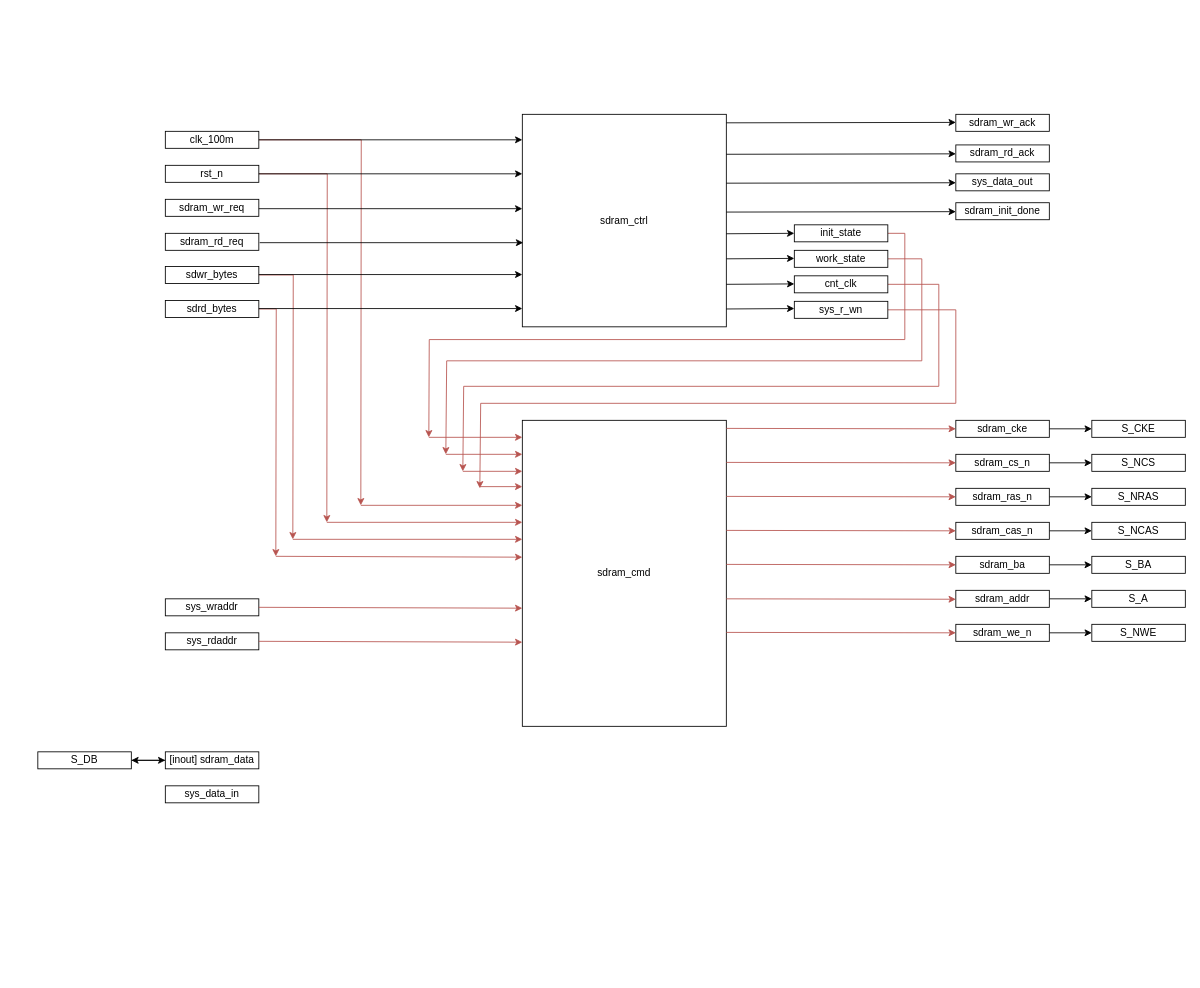
Above: hardware/sdram_ctrl.drawio in Manistein/let-us-build-a-computer-system (draw.io), before the change. Source tidied: cells renumbered, new cells numbered last; positions are measured from the earlier drawing's top-left corner, leaving out a move shared by most shapes. Both pictures are drawn from the tidied source at 85%, with x=0, y=0 at pixel (37, 114).
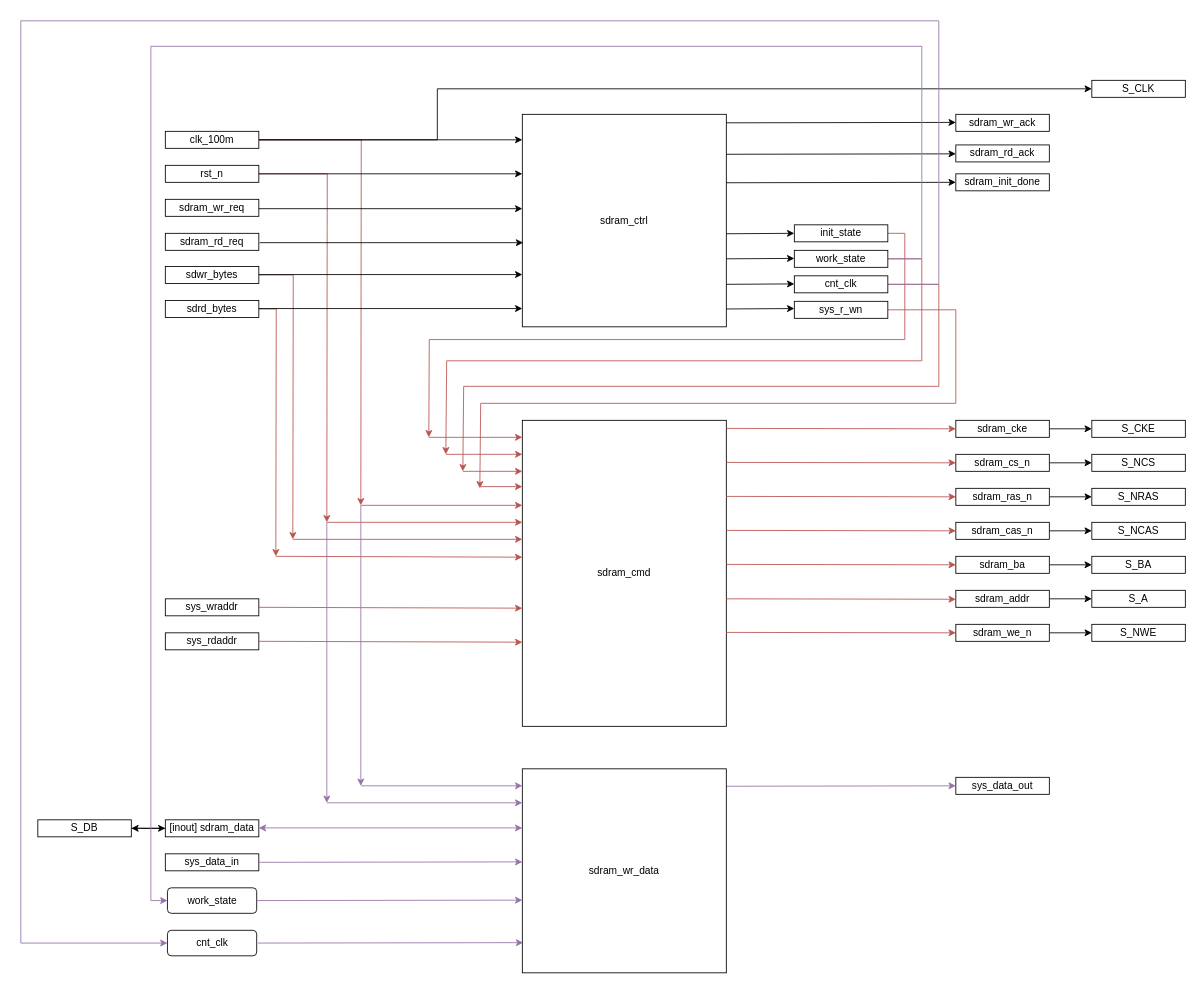
Above is the later version.

The change refers to these unchanged cells:
```xml
<mxCell id="4" value="clk_100m" style="rounded=0;whiteSpace=wrap;html=1;" parent="1" vertex="1">
  <mxGeometry x="150" y="20" width="110" height="20" as="geometry" />
</mxCell>
<mxCell id="59" value="work_state" style="rounded=0;whiteSpace=wrap;html=1;" parent="1" vertex="1">
  <mxGeometry x="890" y="160" width="110" height="20" as="geometry" />
</mxCell>
<mxCell id="61" value="cnt_clk" style="rounded=0;whiteSpace=wrap;html=1;" parent="1" vertex="1">
  <mxGeometry x="890" y="190" width="110" height="20" as="geometry" />
</mxCell>
```

What changed in the source:
```diff
@@
+    <mxCell id="85" style="edgeStyle=orthogonalEdgeStyle;rounded=0;jettySize=auto;html=1;exitX=1;exitY=0.5;exitDx=0;exitDy=0;entryX=0;entryY=0.5;entryDx=0;entryDy=0;" parent="1" edge="1" source="4" target="88">
+      <mxGeometry relative="1" as="geometry">
+        <Array as="points">
+          <mxPoint x="470" y="30" />
+          <mxPoint x="470" y="-30" />
+        </Array>
+      </mxGeometry>
+    </mxCell>
@@
     <mxCell id="16" value="[inout] sdram_data" style="rounded=0;whiteSpace=wrap;html=1;" parent="1" vertex="1">
-      <mxGeometry x="150" y="750" width="110" height="20" as="geometry" />
+      <mxGeometry x="150" y="830" width="110" height="20" as="geometry" />
     </mxCell>
@@
     <mxCell id="19" value="sys_data_out" style="rounded=0;whiteSpace=wrap;html=1;" parent="1" vertex="1">
-      <mxGeometry x="1080" y="70" width="110" height="20" as="geometry" />
+      <mxGeometry x="1080" y="780" width="110" height="20" as="geometry" />
     </mxCell>
     <mxCell id="20" value="sdram_init_done" style="rounded=0;whiteSpace=wrap;html=1;" parent="1" vertex="1">
-      <mxGeometry x="1080" y="104" width="110" height="20" as="geometry" />
+      <mxGeometry x="1080" y="70" width="110" height="20" as="geometry" />
     </mxCell>
@@
     <mxCell id="33" value="sys_data_in" style="rounded=0;whiteSpace=wrap;html=1;" parent="1" vertex="1">
-      <mxGeometry x="150" y="790" width="110" height="20" as="geometry" />
+      <mxGeometry x="150" y="870" width="110" height="20" as="geometry" />
     </mxCell>
@@
-    <mxCell id="42" style="endArrow=classic;html=1;rounded=0;" parent="1" edge="1">
+    <mxCell id="42" style="endArrow=classic;html=1;rounded=0;fillColor=#e1d5e7;strokeColor=#9673a6;" parent="1" edge="1">
       <mxGeometry relative="1" as="geometry">
-        <mxPoint x="810" y="81" as="sourcePoint" />
-        <mxPoint x="1080" y="80.5" as="targetPoint" />
+        <mxPoint x="810" y="790.5" as="sourcePoint" />
+        <mxPoint x="1080" y="790" as="targetPoint" />
       </mxGeometry>
     </mxCell>
     <mxCell id="43" style="endArrow=classic;html=1;rounded=0;" parent="1" edge="1">
       <mxGeometry relative="1" as="geometry">
-        <mxPoint x="810" y="115" as="sourcePoint" />
-        <mxPoint x="1080" y="114.5" as="targetPoint" />
+        <mxPoint x="810" y="80.5" as="sourcePoint" />
+        <mxPoint x="1080" y="80" as="targetPoint" />
       </mxGeometry>
     </mxCell>
@@
     <mxCell id="49" value="S_DB" style="rounded=0;whiteSpace=wrap;html=1;" parent="1" vertex="1">
-      <mxGeometry y="750" width="110" height="20" as="geometry" />
+      <mxGeometry y="830" width="110" height="20" as="geometry" />
     </mxCell>
@@
+    <mxCell id="86" style="edgeStyle=orthogonalEdgeStyle;rounded=0;jettySize=auto;html=1;exitX=1;exitY=0.5;exitDx=0;exitDy=0;entryX=0;entryY=0.5;entryDx=0;entryDy=0;fillColor=#e1d5e7;strokeColor=#9673a6;" parent="1" edge="1" source="59" target="96">
+      <mxGeometry relative="1" as="geometry">
+        <Array as="points">
+          <mxPoint x="1040" y="170" />
+          <mxPoint x="1040" y="-80" />
+          <mxPoint x="133" y="-80" />
+          <mxPoint x="133" y="925" />
+        </Array>
+      </mxGeometry>
+    </mxCell>
@@
+    <mxCell id="87" style="edgeStyle=orthogonalEdgeStyle;rounded=0;jettySize=auto;html=1;exitX=1;exitY=0.5;exitDx=0;exitDy=0;entryX=0;entryY=0.5;entryDx=0;entryDy=0;fillColor=#e1d5e7;strokeColor=#9673a6;" parent="1" edge="1" source="61" target="97">
+      <mxGeometry relative="1" as="geometry">
+        <Array as="points">
+          <mxPoint x="1060" y="200" />
+          <mxPoint x="1060" y="-110" />
+          <mxPoint x="-20" y="-110" />
+          <mxPoint x="-20" y="975" />
+        </Array>
+      </mxGeometry>
+    </mxCell>
@@
+    <mxCell id="88" value="S_CLK" style="rounded=0;whiteSpace=wrap;html=1;" parent="1" vertex="1">
+      <mxGeometry x="1240" y="-40" width="110" height="20" as="geometry" />
+    </mxCell>
+    <mxCell id="89" value="sdram_wr_data" style="rounded=0;whiteSpace=wrap;html=1;" parent="1" vertex="1">
+      <mxGeometry x="570" y="770" width="240" height="240" as="geometry" />
+    </mxCell>
+    <mxCell id="90" style="endArrow=classic;startArrow=classic;html=1;rounded=0;fillColor=#e1d5e7;strokeColor=#9673a6;" parent="1" edge="1">
+      <mxGeometry relative="1" as="geometry">
+        <mxPoint x="260" y="839.5" as="sourcePoint" />
+        <mxPoint x="570" y="839.5" as="targetPoint" />
+      </mxGeometry>
+    </mxCell>
+    <mxCell id="91" style="endArrow=classic;html=1;rounded=0;fillColor=#e1d5e7;strokeColor=#9673a6;" parent="1" edge="1">
+      <mxGeometry relative="1" as="geometry">
+        <mxPoint x="380" y="460" as="sourcePoint" />
+        <mxPoint x="380" y="790" as="targetPoint" />
+      </mxGeometry>
+    </mxCell>
+    <mxCell id="92" style="endArrow=classic;html=1;rounded=0;fillColor=#e1d5e7;strokeColor=#9673a6;" parent="1" edge="1">
+      <mxGeometry relative="1" as="geometry">
+        <mxPoint x="380" y="790" as="sourcePoint" />
+        <mxPoint x="570" y="790" as="targetPoint" />
+      </mxGeometry>
+    </mxCell>
+    <mxCell id="93" style="endArrow=classic;html=1;rounded=0;fillColor=#e1d5e7;strokeColor=#9673a6;" parent="1" edge="1">
+      <mxGeometry relative="1" as="geometry">
+        <mxPoint x="340" y="480" as="sourcePoint" />
+        <mxPoint x="340" y="810" as="targetPoint" />
+      </mxGeometry>
+    </mxCell>
+    <mxCell id="94" style="endArrow=classic;html=1;rounded=0;fillColor=#e1d5e7;strokeColor=#9673a6;" parent="1" edge="1">
+      <mxGeometry relative="1" as="geometry">
+        <mxPoint x="340" y="810" as="sourcePoint" />
+        <mxPoint x="570" y="810" as="targetPoint" />
+      </mxGeometry>
+    </mxCell>
+    <mxCell id="95" style="endArrow=classic;html=1;rounded=0;fillColor=#e1d5e7;strokeColor=#9673a6;exitX=1;exitY=0.5;exitDx=0;exitDy=0;" parent="1" edge="1" source="33">
+      <mxGeometry relative="1" as="geometry">
+        <mxPoint x="570" y="879.5" as="targetPoint" />
+      </mxGeometry>
+    </mxCell>
+    <mxCell id="96" value="work_state" style="rounded=1;whiteSpace=wrap;html=1;" parent="1" vertex="1">
+      <mxGeometry x="152.5" y="910" width="105" height="30" as="geometry" />
+    </mxCell>
+    <mxCell id="97" value="cnt_clk" style="rounded=1;whiteSpace=wrap;html=1;" parent="1" vertex="1">
+      <mxGeometry x="152.5" y="960" width="105" height="30" as="geometry" />
+    </mxCell>
+    <mxCell id="98" style="endArrow=classic;html=1;rounded=0;fillColor=#e1d5e7;strokeColor=#9673a6;exitX=1;exitY=0.5;exitDx=0;exitDy=0;" parent="1" edge="1" source="96">
+      <mxGeometry relative="1" as="geometry">
+        <mxPoint x="570" y="924.5" as="targetPoint" />
+      </mxGeometry>
+    </mxCell>
+    <mxCell id="99" style="endArrow=classic;html=1;rounded=0;fillColor=#e1d5e7;strokeColor=#9673a6;exitX=1;exitY=0.5;exitDx=0;exitDy=0;" parent="1" edge="1">
+      <mxGeometry relative="1" as="geometry">
+        <mxPoint x="259" y="975" as="sourcePoint" />
+        <mxPoint x="571" y="974.5" as="targetPoint" />
+      </mxGeometry>
+    </mxCell>
```
